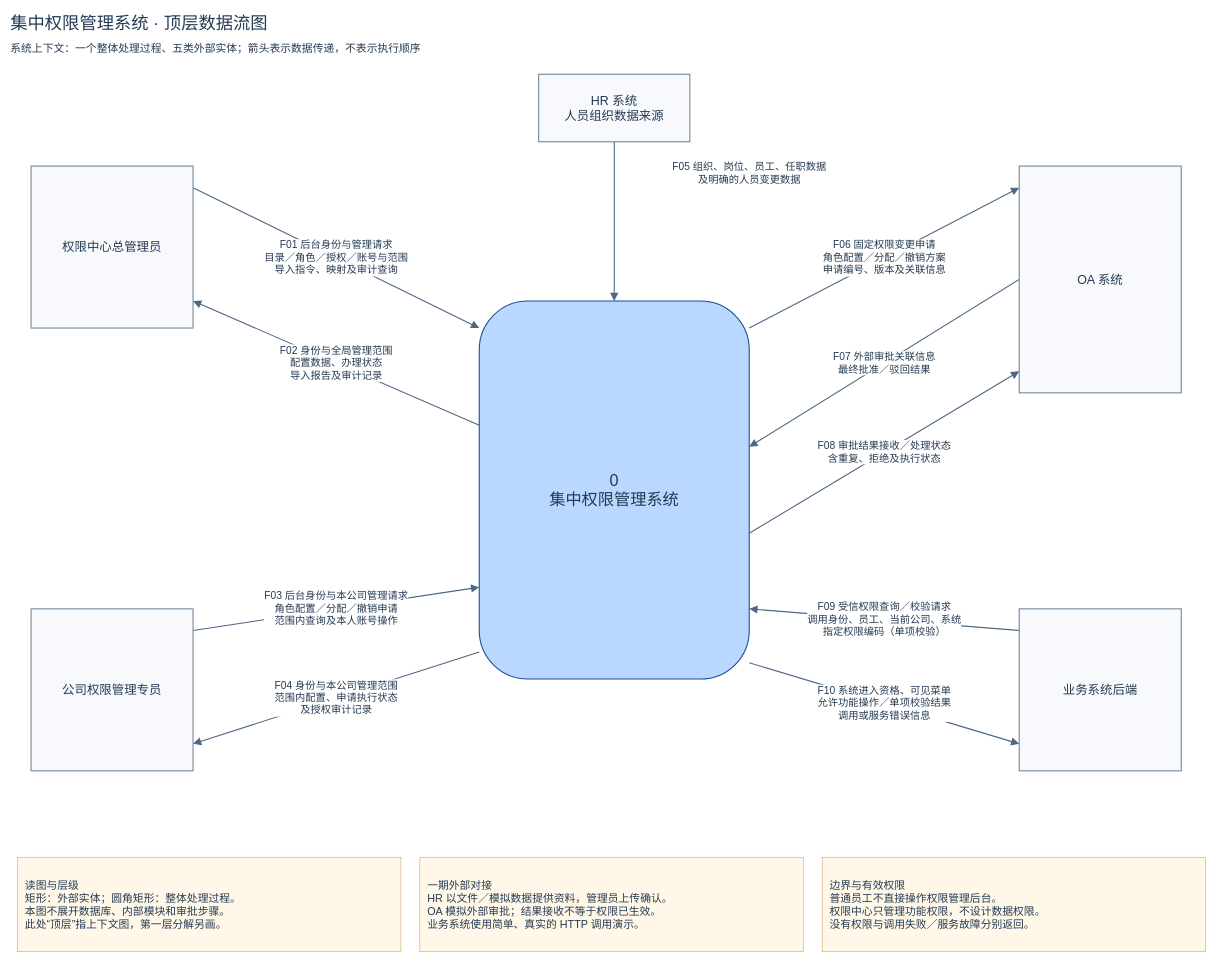
Before: docs/dataflows-v1/权限管理系统_顶层数据流图.drawio in Noah-hope/RBAC-admin, a draw.io diagram. Source tidied: cells renumbered, new cells numbered last; positions are measured from the earlier drawing's top-left corner, leaving out a move shared by most shapes. Both pictures are drawn from the tidied source at 54%, with x=0, y=0 at pixel (9, 9).
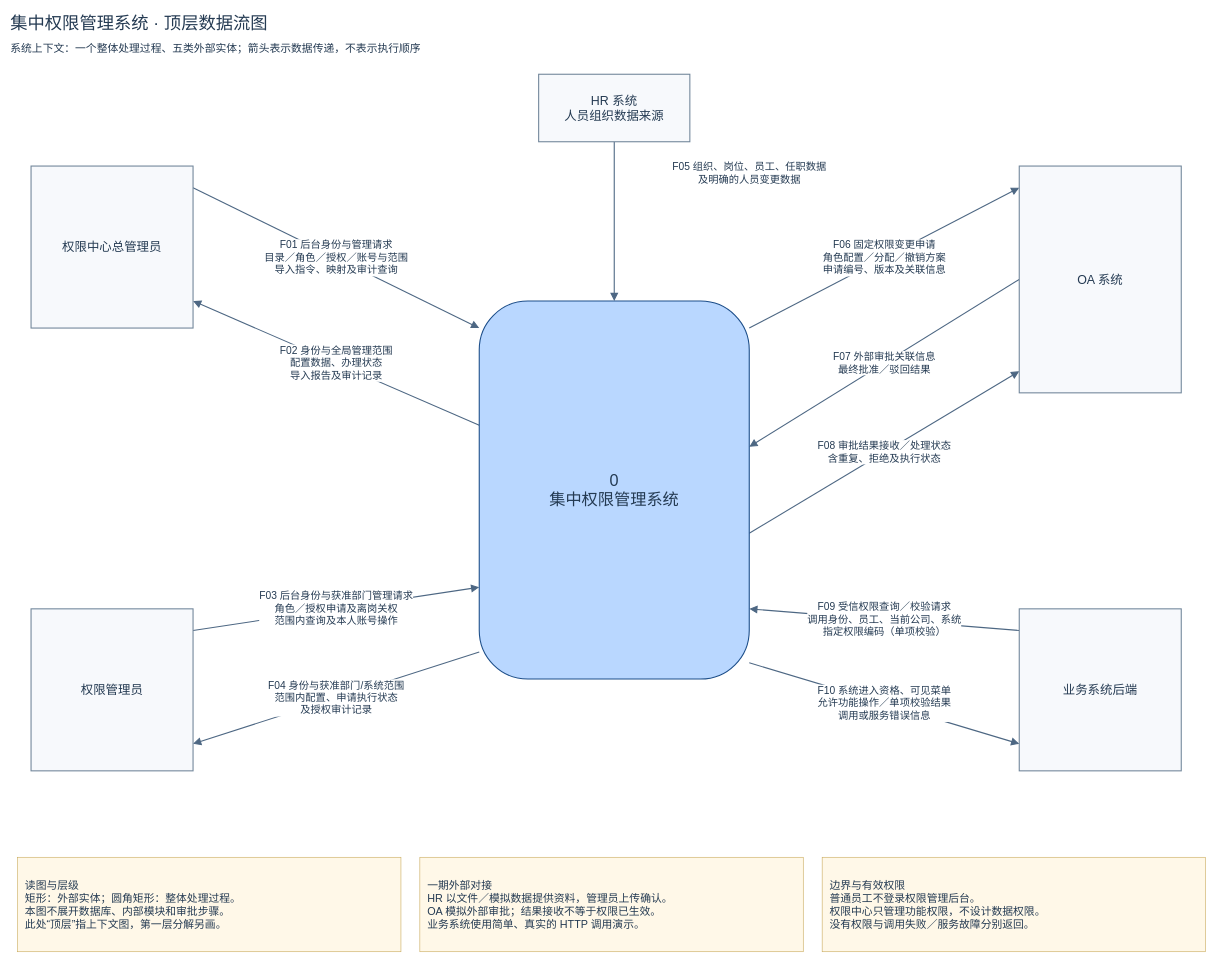
The same page after the edit.

The change refers to these unchanged cells:
```xml
<mxCell id="14" value="0&lt;br&gt;集中权限管理系统" style="html=1;whiteSpace=wrap;fontFamily=Microsoft YaHei;fontSize=23;fontColor=#243a52;align=center;verticalAlign=middle;rounded=1;arcSize=18;fontSize=30;fillColor=#b9d7ff;strokeColor=#1c4e8a;strokeWidth=2;spacing=12;" parent="1" vertex="1">
  <mxGeometry x="870" y="540" width="500" height="700" as="geometry" />
</mxCell>
```

What changed in the source:
```diff
@@
-    <mxCell id="6" value="F03 后台身份与本公司管理请求&lt;br&gt;角色配置／分配／撤销申请&lt;br&gt;范围内查询及本人账号操作" style="html=1;edgeStyle=none;noEdgeStyle=1;curved=0;rounded=0;endArrow=block;endFill=1;endSize=10;strokeColor=#4d6783;strokeWidth=2;fontFamily=Microsoft YaHei;fontSize=19;fontColor=#243a52;labelBackgroundColor=#ffffff;exitX=1.0;exitY=0.13333333333333333;entryX=0.0;entryY=0.7571428571428571;exitPerimeter=0;entryPerimeter=0;" parent="1" edge="1" source="16" target="14">
+    <mxCell id="6" value="F03 后台身份与获准部门管理请求&lt;br&gt;角色／授权申请及离岗关权&lt;br&gt;范围内查询及本人账号操作" style="html=1;edgeStyle=none;noEdgeStyle=1;curved=0;rounded=0;endArrow=block;endFill=1;endSize=10;strokeColor=#4d6783;strokeWidth=2;fontFamily=Microsoft YaHei;fontSize=19;fontColor=#243a52;labelBackgroundColor=#ffffff;exitX=1.0;exitY=0.13333333333333333;entryX=0.0;entryY=0.7571428571428571;exitPerimeter=0;entryPerimeter=0;" parent="1" edge="1" source="16" target="14">
       <mxGeometry relative="1" as="geometry" />
     </mxCell>
-    <mxCell id="7" value="F04 身份与本公司管理范围&lt;br&gt;范围内配置、申请执行状态&lt;br&gt;及授权审计记录" style="html=1;edgeStyle=none;noEdgeStyle=1;curved=0;rounded=0;endArrow=block;endFill=1;endSize=10;strokeColor=#4d6783;strokeWidth=2;fontFamily=Microsoft YaHei;fontSize=19;fontColor=#243a52;labelBackgroundColor=#ffffff;exitX=0.0;exitY=0.9285714285714286;entryX=1.0;entryY=0.8333333333333334;exitPerimeter=0;entryPerimeter=0;" parent="1" edge="1" source="14" target="16">
+    <mxCell id="7" value="F04 身份与获准部门/系统范围&lt;br&gt;范围内配置、申请执行状态&lt;br&gt;及授权审计记录" style="html=1;edgeStyle=none;noEdgeStyle=1;curved=0;rounded=0;endArrow=block;endFill=1;endSize=10;strokeColor=#4d6783;strokeWidth=2;fontFamily=Microsoft YaHei;fontSize=19;fontColor=#243a52;labelBackgroundColor=#ffffff;exitX=0.0;exitY=0.9285714285714286;entryX=1.0;entryY=0.8333333333333334;exitPerimeter=0;entryPerimeter=0;" parent="1" edge="1" source="14" target="16">
       <mxGeometry relative="1" as="geometry" />
     </mxCell>
@@
-    <mxCell id="16" value="公司权限管理专员" style="html=1;whiteSpace=wrap;fontFamily=Microsoft YaHei;fontSize=23;fontColor=#243a52;align=center;verticalAlign=middle;rounded=0;fillColor=#f7f9fc;strokeColor=#71869a;strokeWidth=2;spacing=12;" parent="1" vertex="1">
+    <mxCell id="16" value="权限管理员" style="html=1;whiteSpace=wrap;fontFamily=Microsoft YaHei;fontSize=23;fontColor=#243a52;align=center;verticalAlign=middle;rounded=0;fillColor=#f7f9fc;strokeColor=#71869a;strokeWidth=2;spacing=12;" parent="1" vertex="1">
       <mxGeometry x="40" y="1110" width="300" height="300" as="geometry" />
     </mxCell>
@@
-    <mxCell id="22" value="边界与有效权限&lt;br&gt;普通员工不直接操作权限管理后台。&lt;br&gt;权限中心只管理功能权限，不设计数据权限。&lt;br&gt;没有权限与调用失败／服务故障分别返回。" style="html=1;whiteSpace=wrap;fontFamily=Microsoft YaHei;fontSize=23;fontColor=#243a52;align=center;verticalAlign=middle;rounded=0;fillColor=#fff8e8;strokeColor=#c4a34f;fontSize=20;align=left;spacing=14;" parent="1" vertex="1">
+    <mxCell id="22" value="边界与有效权限&lt;br&gt;普通员工不登录权限管理后台。&lt;br&gt;权限中心只管理功能权限，不设计数据权限。&lt;br&gt;没有权限与调用失败／服务故障分别返回。" style="html=1;whiteSpace=wrap;fontFamily=Microsoft YaHei;fontSize=23;fontColor=#243a52;align=center;verticalAlign=middle;rounded=0;fillColor=#fff8e8;strokeColor=#c4a34f;fontSize=20;align=left;spacing=14;" parent="1" vertex="1">
       <mxGeometry x="1505" y="1570" width="710" height="175" as="geometry" />
     </mxCell>
```
